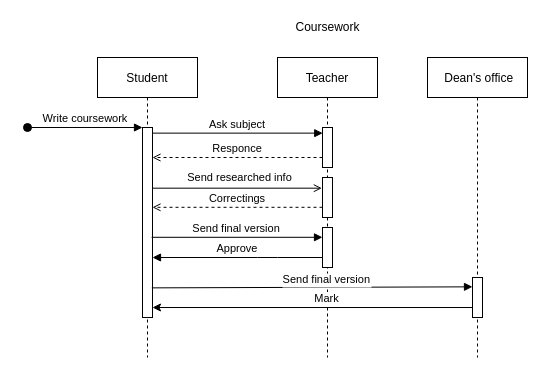
Earlier version of the draw.io diagram Courcework.drawio (Programming-Technology-ALG/UML_pull). Source tidied: cells renumbered, new cells numbered last; positions are measured from the earlier drawing's top-left corner, leaving out a move shared by most shapes. Both pictures are drawn from the tidied source at 100%, with x=0, y=0 at pixel (27, 17).
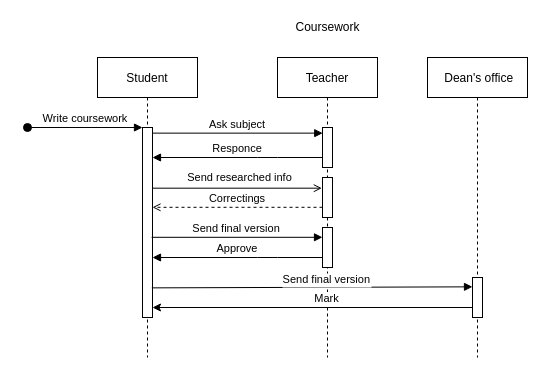
The same diagram, later.

The change refers to these unchanged cells:
```xml
<mxCell id="3" style="points=[];perimeter=orthogonalPerimeter;rounded=0;shadow=0;strokeWidth=1;" parent="2" vertex="1">
  <mxGeometry x="45" y="70" width="10" height="190" as="geometry" />
</mxCell>
<mxCell id="7" style="points=[];perimeter=orthogonalPerimeter;rounded=0;shadow=0;strokeWidth=1;" parent="5" vertex="1">
  <mxGeometry x="45" y="70" width="10" height="40" as="geometry" />
</mxCell>
```

What changed in the source:
```diff
@@
-    <mxCell id="12" value="Responce" style="verticalAlign=bottom;endArrow=open;shadow=0;strokeWidth=1;strokeColor=default;endFill=0;dashed=1;" parent="1" edge="1" source="7" target="3">
+    <mxCell id="12" value="Responce" style="verticalAlign=bottom;endArrow=block;shadow=0;strokeWidth=1;strokeColor=default;endFill=1;" parent="1" edge="1" source="7" target="3">
       <mxGeometry relative="1" as="geometry">
         <Array as="points">
           <mxPoint x="240" y="140" />
         </Array>
       </mxGeometry>
     </mxCell>
```
